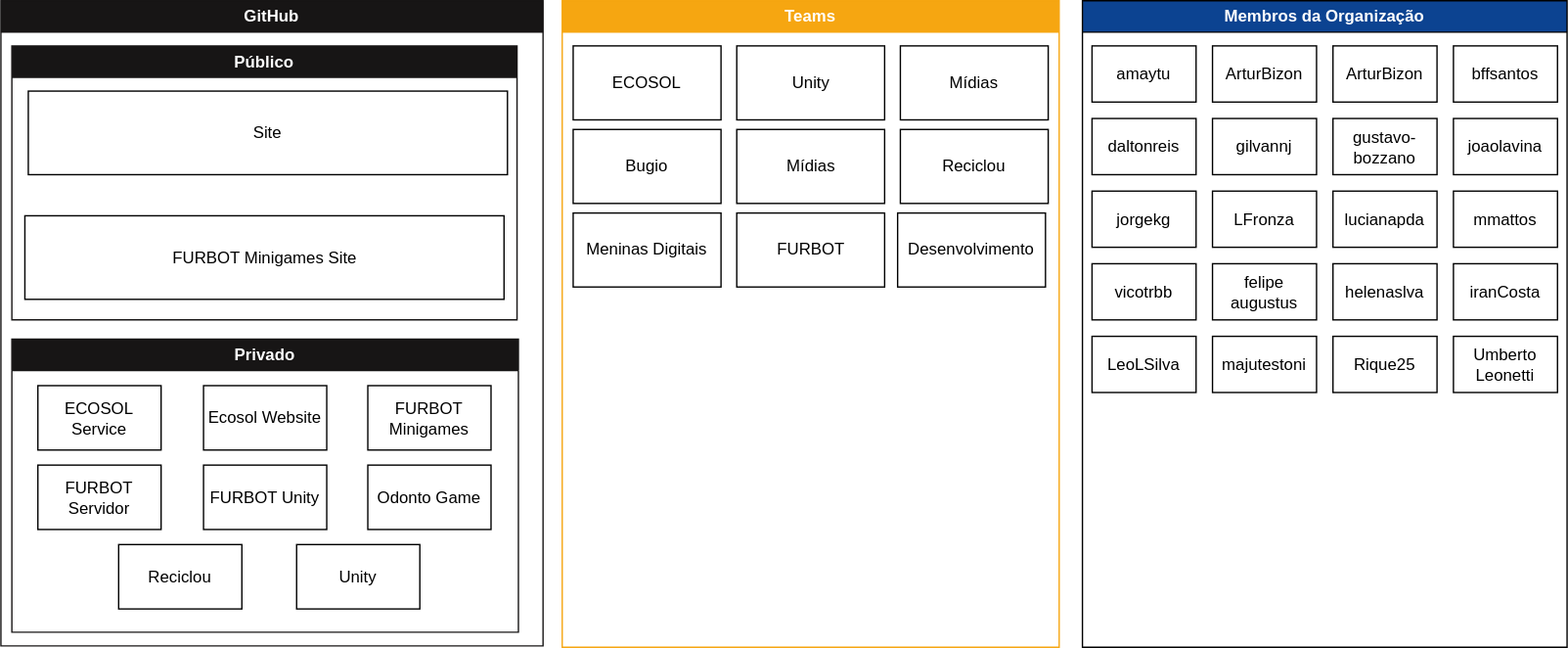
The draw.io diagram organograma.drawio.svg in LDTTFURB/site, before a commit. Source tidied: cells renumbered, new cells last; positions are measured from the earlier drawing's top-left corner, leaving out a move shared by most shapes.
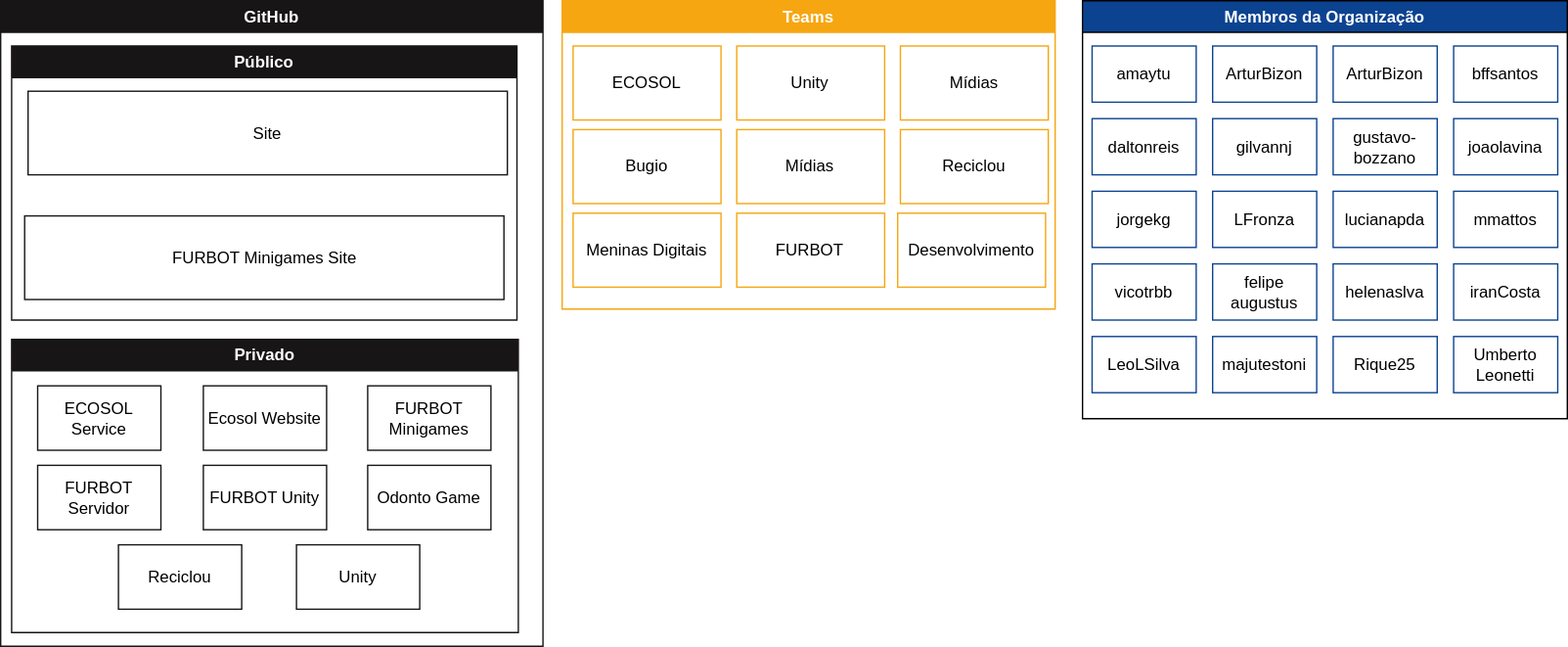
After the commit.

Commit message:
borda colorida

Diff of the diagram source:
```diff
@@ -1,4 +1,4 @@
-<mxGraphModel>
+<mxGraphModel background="#ffffff">
   <root>
     <mxCell id="0" />
     <mxCell id="1" parent="0" />
@@ -8,130 +8,130 @@
     <mxCell id="3" value="&lt;font color=&quot;#ffffff&quot;&gt;Público&lt;/font&gt;" style="swimlane;whiteSpace=wrap;html=1;startSize=23;strokeColor=#171515;fillColor=#171515;" parent="2" vertex="1">
       <mxGeometry x="8" y="33" width="369" height="200" as="geometry" />
     </mxCell>
-    <mxCell id="4" value="Site" style="rounded=0;whiteSpace=wrap;html=1;" parent="3" vertex="1">
+    <mxCell id="4" value="Site" style="rounded=0;whiteSpace=wrap;html=1;strokeColor=#171515;" parent="3" vertex="1">
       <mxGeometry x="12" y="33" width="350" height="61" as="geometry" />
     </mxCell>
-    <mxCell id="5" value="FURBOT Minigames Site" style="rounded=0;whiteSpace=wrap;html=1;gradientColor=none;" parent="3" vertex="1">
+    <mxCell id="5" value="FURBOT Minigames Site" style="rounded=0;whiteSpace=wrap;html=1;gradientColor=none;strokeColor=#171515;" parent="3" vertex="1">
       <mxGeometry x="9.5" y="124" width="350" height="61" as="geometry" />
     </mxCell>
     <mxCell id="6" value="&lt;font color=&quot;#ffffff&quot;&gt;Privado&lt;/font&gt;" style="swimlane;whiteSpace=wrap;html=1;fillColor=#171515;strokeColor=#171515;startSize=23;" parent="2" vertex="1">
       <mxGeometry x="8" y="247" width="370" height="214" as="geometry" />
     </mxCell>
-    <mxCell id="7" value="Unity" style="rounded=0;whiteSpace=wrap;html=1;gradientColor=none;" parent="6" vertex="1">
+    <mxCell id="7" value="Unity" style="rounded=0;whiteSpace=wrap;html=1;gradientColor=none;strokeColor=#171515;" parent="6" vertex="1">
       <mxGeometry x="208" y="150" width="90" height="47" as="geometry" />
     </mxCell>
-    <mxCell id="8" value="FURBOT Minigames" style="rounded=0;whiteSpace=wrap;html=1;gradientColor=none;" parent="6" vertex="1">
+    <mxCell id="8" value="FURBOT Minigames" style="rounded=0;whiteSpace=wrap;html=1;gradientColor=none;strokeColor=#171515;" parent="6" vertex="1">
       <mxGeometry x="260" y="34" width="90" height="47" as="geometry" />
     </mxCell>
-    <mxCell id="9" value="Odonto Game" style="rounded=0;whiteSpace=wrap;html=1;gradientColor=none;" parent="6" vertex="1">
+    <mxCell id="9" value="Odonto Game" style="rounded=0;whiteSpace=wrap;html=1;gradientColor=none;strokeColor=#171515;" parent="6" vertex="1">
       <mxGeometry x="260" y="92" width="90" height="47" as="geometry" />
     </mxCell>
-    <mxCell id="10" value="FURBOT Unity" style="rounded=0;whiteSpace=wrap;html=1;gradientColor=none;" parent="6" vertex="1">
+    <mxCell id="10" value="FURBOT Unity" style="rounded=0;whiteSpace=wrap;html=1;gradientColor=none;strokeColor=#171515;" parent="6" vertex="1">
       <mxGeometry x="140" y="92" width="90" height="47" as="geometry" />
     </mxCell>
-    <mxCell id="11" value="Reciclou" style="rounded=0;whiteSpace=wrap;html=1;gradientColor=none;" parent="6" vertex="1">
+    <mxCell id="11" value="Reciclou" style="rounded=0;whiteSpace=wrap;html=1;gradientColor=none;strokeColor=#171515;" parent="6" vertex="1">
       <mxGeometry x="78" y="150" width="90" height="47" as="geometry" />
     </mxCell>
-    <mxCell id="12" value="FURBOT Servidor" style="rounded=0;whiteSpace=wrap;html=1;gradientColor=none;" parent="6" vertex="1">
+    <mxCell id="12" value="FURBOT Servidor" style="rounded=0;whiteSpace=wrap;html=1;gradientColor=none;strokeColor=#171515;" parent="6" vertex="1">
       <mxGeometry x="19" y="92" width="90" height="47" as="geometry" />
     </mxCell>
-    <mxCell id="13" value="ECOSOL&lt;br&gt;Service" style="rounded=0;whiteSpace=wrap;html=1;gradientColor=none;" parent="6" vertex="1">
+    <mxCell id="13" value="ECOSOL&lt;br&gt;Service" style="rounded=0;whiteSpace=wrap;html=1;gradientColor=none;strokeColor=#171515;" parent="6" vertex="1">
       <mxGeometry x="19" y="34" width="90" height="47" as="geometry" />
     </mxCell>
-    <mxCell id="14" value="Ecosol Website" style="rounded=0;whiteSpace=wrap;html=1;gradientColor=none;" parent="6" vertex="1">
+    <mxCell id="14" value="Ecosol Website" style="rounded=0;whiteSpace=wrap;html=1;gradientColor=none;strokeColor=#171515;" parent="6" vertex="1">
       <mxGeometry x="140" y="34" width="90" height="47" as="geometry" />
     </mxCell>
     <mxCell id="15" value="&lt;font color=&quot;#ffffff&quot;&gt;Membros da Organização&lt;/font&gt;" style="swimlane;whiteSpace=wrap;html=1;fillColor=#0c4391;" parent="1" vertex="1">
-      <mxGeometry x="790" width="354" height="472" as="geometry" />
+      <mxGeometry x="790" width="354" height="305" as="geometry" />
     </mxCell>
-    <mxCell id="16" value="amaytu" style="whiteSpace=wrap;html=1;" parent="15" vertex="1">
+    <mxCell id="16" value="amaytu" style="whiteSpace=wrap;html=1;strokeColor=#0c4391;" parent="15" vertex="1">
       <mxGeometry x="7" y="33" width="76" height="41" as="geometry" />
     </mxCell>
-    <mxCell id="17" value="ArturBizon" style="whiteSpace=wrap;html=1;" parent="15" vertex="1">
+    <mxCell id="17" value="ArturBizon" style="whiteSpace=wrap;html=1;strokeColor=#0c4391;" parent="15" vertex="1">
       <mxGeometry x="95" y="33" width="76" height="41" as="geometry" />
     </mxCell>
-    <mxCell id="18" value="ArturBizon" style="whiteSpace=wrap;html=1;" parent="15" vertex="1">
+    <mxCell id="18" value="ArturBizon" style="whiteSpace=wrap;html=1;strokeColor=#0c4391;" parent="15" vertex="1">
       <mxGeometry x="183" y="33" width="76" height="41" as="geometry" />
     </mxCell>
-    <mxCell id="19" value="bffsantos" style="whiteSpace=wrap;html=1;" parent="15" vertex="1">
+    <mxCell id="19" value="bffsantos" style="whiteSpace=wrap;html=1;strokeColor=#0c4391;" parent="15" vertex="1">
       <mxGeometry x="271" y="33" width="76" height="41" as="geometry" />
     </mxCell>
-    <mxCell id="20" value="daltonreis" style="whiteSpace=wrap;html=1;" parent="15" vertex="1">
+    <mxCell id="20" value="daltonreis" style="whiteSpace=wrap;html=1;strokeColor=#0c4391;" parent="15" vertex="1">
       <mxGeometry x="7" y="86" width="76" height="41" as="geometry" />
     </mxCell>
-    <mxCell id="21" value="gilvannj&lt;br&gt;" style="whiteSpace=wrap;html=1;" parent="15" vertex="1">
+    <mxCell id="21" value="gilvannj&lt;br&gt;" style="whiteSpace=wrap;html=1;strokeColor=#0c4391;" parent="15" vertex="1">
       <mxGeometry x="95" y="86" width="76" height="41" as="geometry" />
     </mxCell>
-    <mxCell id="22" value="gustavo-bozzano" style="whiteSpace=wrap;html=1;" parent="15" vertex="1">
+    <mxCell id="22" value="gustavo-bozzano" style="whiteSpace=wrap;html=1;strokeColor=#0c4391;" parent="15" vertex="1">
       <mxGeometry x="183" y="86" width="76" height="41" as="geometry" />
     </mxCell>
-    <mxCell id="23" value="joaolavina" style="whiteSpace=wrap;html=1;" parent="15" vertex="1">
+    <mxCell id="23" value="joaolavina" style="whiteSpace=wrap;html=1;strokeColor=#0c4391;" parent="15" vertex="1">
       <mxGeometry x="271" y="86" width="76" height="41" as="geometry" />
     </mxCell>
-    <mxCell id="24" value="jorgekg&lt;br&gt;" style="whiteSpace=wrap;html=1;" parent="15" vertex="1">
+    <mxCell id="24" value="jorgekg&lt;br&gt;" style="whiteSpace=wrap;html=1;strokeColor=#0c4391;" parent="15" vertex="1">
       <mxGeometry x="7" y="139" width="76" height="41" as="geometry" />
     </mxCell>
-    <mxCell id="25" value="LFronza" style="whiteSpace=wrap;html=1;" parent="15" vertex="1">
+    <mxCell id="25" value="LFronza" style="whiteSpace=wrap;html=1;strokeColor=#0c4391;" parent="15" vertex="1">
       <mxGeometry x="95" y="139" width="76" height="41" as="geometry" />
     </mxCell>
-    <mxCell id="26" value="lucianapda" style="whiteSpace=wrap;html=1;" parent="15" vertex="1">
+    <mxCell id="26" value="lucianapda" style="whiteSpace=wrap;html=1;strokeColor=#0c4391;" parent="15" vertex="1">
       <mxGeometry x="183" y="139" width="76" height="41" as="geometry" />
     </mxCell>
-    <mxCell id="27" value="mmattos" style="whiteSpace=wrap;html=1;" parent="15" vertex="1">
+    <mxCell id="27" value="mmattos" style="whiteSpace=wrap;html=1;strokeColor=#0c4391;" parent="15" vertex="1">
       <mxGeometry x="271" y="139" width="76" height="41" as="geometry" />
     </mxCell>
-    <mxCell id="28" value="vicotrbb" style="whiteSpace=wrap;html=1;" parent="15" vertex="1">
+    <mxCell id="28" value="vicotrbb" style="whiteSpace=wrap;html=1;strokeColor=#0c4391;" parent="15" vertex="1">
       <mxGeometry x="7" y="192" width="76" height="41" as="geometry" />
     </mxCell>
-    <mxCell id="29" value="felipe&lt;br&gt;augustus" style="whiteSpace=wrap;html=1;" parent="15" vertex="1">
+    <mxCell id="29" value="felipe&lt;br&gt;augustus" style="whiteSpace=wrap;html=1;strokeColor=#0c4391;" parent="15" vertex="1">
       <mxGeometry x="95" y="192" width="76" height="41" as="geometry" />
     </mxCell>
-    <mxCell id="30" value="helenaslva" style="whiteSpace=wrap;html=1;" parent="15" vertex="1">
+    <mxCell id="30" value="helenaslva" style="whiteSpace=wrap;html=1;strokeColor=#0c4391;" parent="15" vertex="1">
       <mxGeometry x="183" y="192" width="76" height="41" as="geometry" />
     </mxCell>
-    <mxCell id="31" value="iranCosta" style="whiteSpace=wrap;html=1;" parent="15" vertex="1">
+    <mxCell id="31" value="iranCosta" style="whiteSpace=wrap;html=1;strokeColor=#0c4391;" parent="15" vertex="1">
       <mxGeometry x="271" y="192" width="76" height="41" as="geometry" />
     </mxCell>
-    <mxCell id="32" value="LeoLSilva" style="whiteSpace=wrap;html=1;" parent="15" vertex="1">
+    <mxCell id="32" value="LeoLSilva" style="whiteSpace=wrap;html=1;strokeColor=#0c4391;" parent="15" vertex="1">
       <mxGeometry x="7" y="245" width="76" height="41" as="geometry" />
     </mxCell>
-    <mxCell id="33" value="majutestoni" style="whiteSpace=wrap;html=1;" parent="15" vertex="1">
+    <mxCell id="33" value="majutestoni" style="whiteSpace=wrap;html=1;strokeColor=#0c4391;" parent="15" vertex="1">
       <mxGeometry x="95" y="245" width="76" height="41" as="geometry" />
     </mxCell>
-    <mxCell id="34" value="Rique25" style="whiteSpace=wrap;html=1;" parent="15" vertex="1">
+    <mxCell id="34" value="Rique25" style="whiteSpace=wrap;html=1;strokeColor=#0c4391;" parent="15" vertex="1">
       <mxGeometry x="183" y="245" width="76" height="41" as="geometry" />
     </mxCell>
-    <mxCell id="35" value="Umberto&lt;br&gt;Leonetti" style="whiteSpace=wrap;html=1;" parent="15" vertex="1">
+    <mxCell id="35" value="Umberto&lt;br&gt;Leonetti" style="whiteSpace=wrap;html=1;strokeColor=#0c4391;" parent="15" vertex="1">
       <mxGeometry x="271" y="245" width="76" height="41" as="geometry" />
     </mxCell>
     <mxCell id="36" value="&lt;font color=&quot;#ffffff&quot;&gt;Teams&lt;/font&gt;" style="swimlane;whiteSpace=wrap;html=1;fillColor=#F6A611;startSize=23;strokeColor=#F6A611;" parent="1" vertex="1">
-      <mxGeometry x="410" width="363" height="472" as="geometry" />
+      <mxGeometry x="410" width="360" height="225" as="geometry" />
     </mxCell>
-    <mxCell id="37" value="ECOSOL&lt;br&gt;" style="rounded=0;whiteSpace=wrap;html=1;" parent="36" vertex="1">
+    <mxCell id="37" value="ECOSOL&lt;br&gt;" style="rounded=0;whiteSpace=wrap;html=1;strokeColor=#F6A611;" parent="36" vertex="1">
       <mxGeometry x="8" y="33" width="108" height="54" as="geometry" />
     </mxCell>
-    <mxCell id="38" value="Bugio" style="rounded=0;whiteSpace=wrap;html=1;" parent="36" vertex="1">
+    <mxCell id="38" value="Bugio" style="rounded=0;whiteSpace=wrap;html=1;strokeColor=#F6A611;" parent="36" vertex="1">
       <mxGeometry x="8" y="94" width="108" height="54" as="geometry" />
     </mxCell>
-    <mxCell id="39" value="Mídias" style="rounded=0;whiteSpace=wrap;html=1;" parent="36" vertex="1">
+    <mxCell id="39" value="Mídias" style="rounded=0;whiteSpace=wrap;html=1;strokeColor=#F6A611;" parent="36" vertex="1">
       <mxGeometry x="127.5" y="94" width="108" height="54" as="geometry" />
     </mxCell>
-    <mxCell id="40" value="Unity" style="rounded=0;whiteSpace=wrap;html=1;" parent="36" vertex="1">
+    <mxCell id="40" value="Unity" style="rounded=0;whiteSpace=wrap;html=1;strokeColor=#F6A611;" parent="36" vertex="1">
       <mxGeometry x="127.5" y="33" width="108" height="54" as="geometry" />
     </mxCell>
-    <mxCell id="41" value="Mídias&lt;br&gt;" style="rounded=0;whiteSpace=wrap;html=1;" parent="36" vertex="1">
+    <mxCell id="41" value="Mídias&lt;br&gt;" style="rounded=0;whiteSpace=wrap;html=1;strokeColor=#F6A611;" parent="36" vertex="1">
       <mxGeometry x="247" y="33" width="108" height="54" as="geometry" />
     </mxCell>
-    <mxCell id="42" value="Reciclou" style="rounded=0;whiteSpace=wrap;html=1;" parent="36" vertex="1">
+    <mxCell id="42" value="Reciclou" style="rounded=0;whiteSpace=wrap;html=1;strokeColor=#F6A611;" parent="36" vertex="1">
       <mxGeometry x="247" y="94" width="108" height="54" as="geometry" />
     </mxCell>
-    <mxCell id="43" value="Meninas Digitais" style="rounded=0;whiteSpace=wrap;html=1;" parent="36" vertex="1">
+    <mxCell id="43" value="Meninas Digitais" style="rounded=0;whiteSpace=wrap;html=1;strokeColor=#F6A611;" parent="36" vertex="1">
       <mxGeometry x="8" y="155" width="108" height="54" as="geometry" />
     </mxCell>
-    <mxCell id="44" value="FURBOT" style="rounded=0;whiteSpace=wrap;html=1;" parent="36" vertex="1">
+    <mxCell id="44" value="FURBOT" style="rounded=0;whiteSpace=wrap;html=1;strokeColor=#F6A611;" parent="36" vertex="1">
       <mxGeometry x="127.5" y="155" width="108" height="54" as="geometry" />
     </mxCell>
-    <mxCell id="45" value="Desenvolvimento" style="rounded=0;whiteSpace=wrap;html=1;" parent="36" vertex="1">
+    <mxCell id="45" value="Desenvolvimento" style="rounded=0;whiteSpace=wrap;html=1;strokeColor=#F6A611;" parent="36" vertex="1">
       <mxGeometry x="245" y="155" width="108" height="54" as="geometry" />
     </mxCell>
   </root>
```
